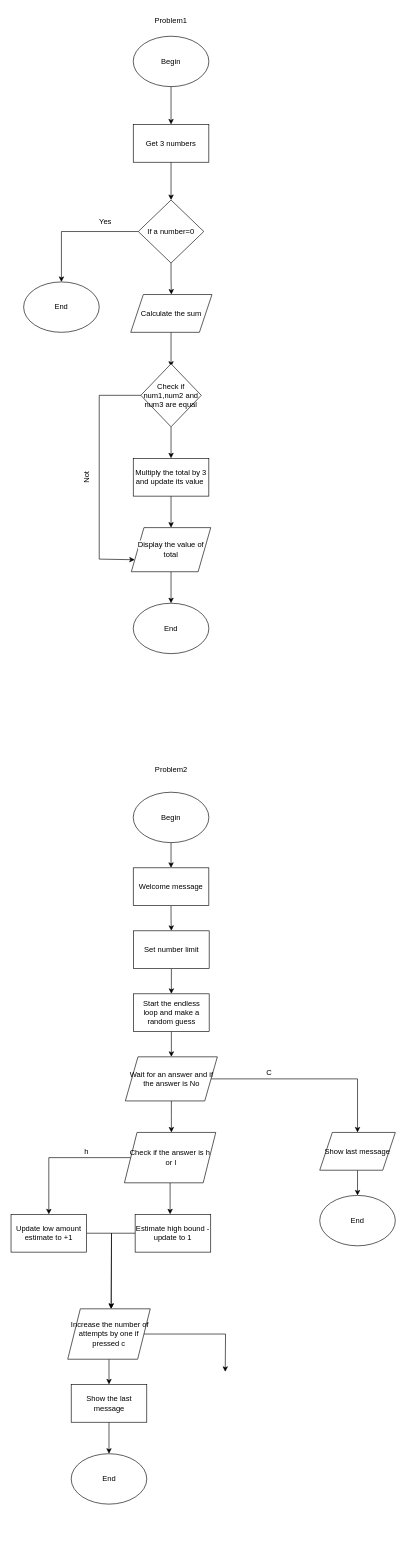
KaXaBlanka/python-assignment keeps this draw.io diagram as Başlıksız Diyagram.drawio. Above is the earlier version. Source tidied: cells renumbered, new cells numbered last; positions are measured from the earlier drawing's top-left corner, leaving out a move shared by most shapes. Both pictures are drawn from the tidied source at 63%, with x=0, y=0 at pixel (11, 11).
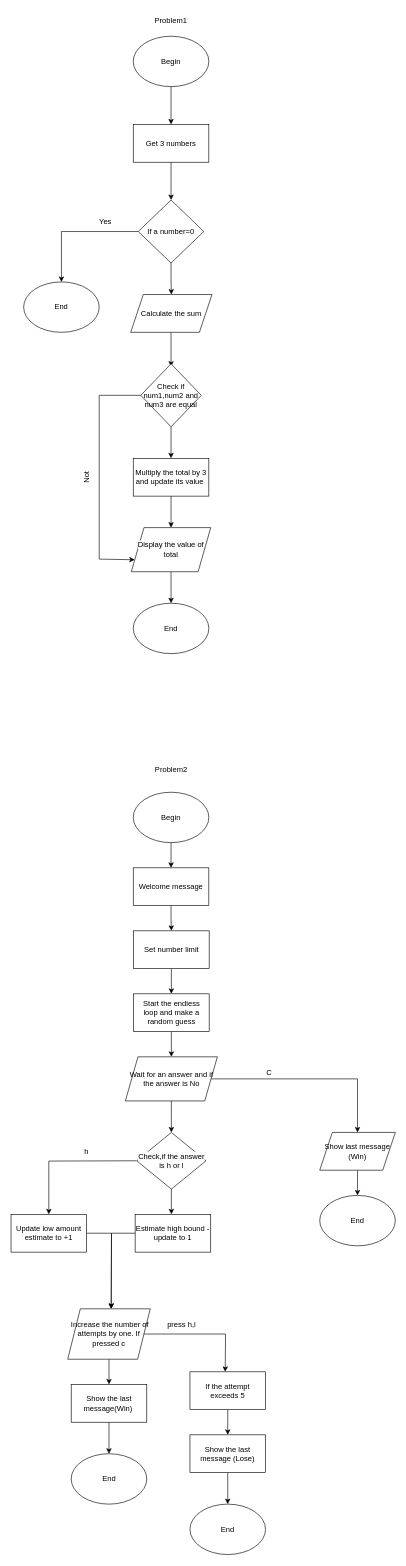
After the change.

Unchanged cells that the change refers to:
```xml
<mxCell id="42" value="Update low amount estimate to +1" style="whiteSpace=wrap;html=1;" parent="1" vertex="1">
  <mxGeometry y="1910" width="120" height="60" as="geometry" />
</mxCell>
```

What changed in the source:
```diff
@@
-    <mxCell id="36" value="Show last message" style="shape=parallelogram;perimeter=parallelogramPerimeter;whiteSpace=wrap;html=1;fixedSize=1;" parent="1" vertex="1">
+    <mxCell id="36" value="Show last message (Win)" style="shape=parallelogram;perimeter=parallelogramPerimeter;whiteSpace=wrap;html=1;fixedSize=1;" parent="1" vertex="1">
       <mxGeometry x="490" y="1780" width="120" height="60" as="geometry" />
     </mxCell>
@@
-    <mxCell id="38" style="edgeStyle=orthogonalEdgeStyle;rounded=0;jettySize=auto;html=1;" parent="1" edge="1" source="40" target="42">
-      <mxGeometry relative="1" as="geometry" />
+    <mxCell id="38" style="edgeStyle=orthogonalEdgeStyle;rounded=0;jettySize=auto;html=1;entryX=0.5;entryY=0;entryDx=0;entryDy=0;" parent="1" edge="1" target="42">
+      <mxGeometry relative="1" as="geometry">
+        <mxPoint x="199" y="1825" as="sourcePoint" />
+      </mxGeometry>
     </mxCell>
-    <mxCell id="39" style="edgeStyle=orthogonalEdgeStyle;rounded=0;jettySize=auto;html=1;" parent="1" edge="1" source="40">
+    <mxCell id="39" style="edgeStyle=orthogonalEdgeStyle;rounded=0;orthogonalLoop=1;jettySize=auto;html=1;" parent="1" edge="1">
       <mxGeometry relative="1" as="geometry">
-        <mxPoint x="252.5" y="1910" as="targetPoint" />
+        <mxPoint x="254.5" y="1860" as="sourcePoint" />
+        <mxPoint x="254.5" y="1910" as="targetPoint" />
       </mxGeometry>
     </mxCell>
-    <mxCell id="40" value="Check if the answer is h &amp;nbsp;or l" style="shape=parallelogram;perimeter=parallelogramPerimeter;whiteSpace=wrap;html=1;fixedSize=1;" parent="1" vertex="1">
-      <mxGeometry x="180" y="1780" width="145" height="80" as="geometry" />
-    </mxCell>
@@
-    <mxCell id="49" value="&amp;nbsp;Increase the number of attempts by one if pressed c" style="shape=parallelogram;perimeter=parallelogramPerimeter;whiteSpace=wrap;html=1;fixedSize=1;" parent="1" vertex="1">
+    <mxCell id="49" value="&amp;nbsp;Increase the number of attempts by one. If pressed c" style="shape=parallelogram;perimeter=parallelogramPerimeter;whiteSpace=wrap;html=1;fixedSize=1;" parent="1" vertex="1">
       <mxGeometry x="90" y="2060" width="131" height="80" as="geometry" />
     </mxCell>
@@
-    <mxCell id="51" value="Show the last message" style="whiteSpace=wrap;html=1;" parent="1" vertex="1">
+    <mxCell id="51" value="Show the last message(Win)&amp;nbsp;" style="whiteSpace=wrap;html=1;" parent="1" vertex="1">
       <mxGeometry x="95.5" y="2180" width="120" height="60" as="geometry" />
     </mxCell>
@@
+    <mxCell id="53" style="edgeStyle=orthogonalEdgeStyle;rounded=0;jettySize=auto;html=1;" parent="1" edge="1" source="54" target="56">
+      <mxGeometry relative="1" as="geometry" />
+    </mxCell>
+    <mxCell id="54" value="If the attempt exceeds 5" style="rounded=0;whiteSpace=wrap;html=1;" parent="1" vertex="1">
+      <mxGeometry x="284" y="2160" width="120" height="60" as="geometry" />
+    </mxCell>
+    <mxCell id="55" style="edgeStyle=orthogonalEdgeStyle;rounded=0;jettySize=auto;html=1;entryX=0.5;entryY=0;entryDx=0;entryDy=0;" parent="1" edge="1" source="56" target="57">
+      <mxGeometry relative="1" as="geometry" />
+    </mxCell>
+    <mxCell id="56" value="Show the last message (Lose)" style="rounded=0;whiteSpace=wrap;html=1;" parent="1" vertex="1">
+      <mxGeometry x="284" y="2260" width="120" height="60" as="geometry" />
+    </mxCell>
+    <mxCell id="57" value="End" style="ellipse;whiteSpace=wrap;html=1;" parent="1" vertex="1">
+      <mxGeometry x="284" y="2370" width="120" height="80" as="geometry" />
+    </mxCell>
+    <mxCell id="58" value="press h,l" style="text;html=1;strokeColor=none;fillColor=none;align=center;verticalAlign=middle;whiteSpace=wrap;rounded=0;" parent="1" vertex="1">
+      <mxGeometry x="241" y="2071" width="60" height="30" as="geometry" />
+    </mxCell>
+    <mxCell id="59" value="&lt;span style=&quot;caret-color: rgb(0, 0, 0); color: rgb(0, 0, 0); font-family: Helvetica; font-size: 12px; font-style: normal; font-variant-caps: normal; font-weight: 400; letter-spacing: normal; text-align: center; text-indent: 0px; text-transform: none; word-spacing: 0px; -webkit-text-stroke-width: 0px; background-color: rgb(251, 251, 251); text-decoration: none; float: none; display: inline !important;&quot;&gt;Check,if the answer is h or l&lt;/span&gt;" style="rhombus;whiteSpace=wrap;html=1;" parent="1" vertex="1">
+      <mxGeometry x="199.5" y="1780" width="110" height="90" as="geometry" />
+    </mxCell>
```
